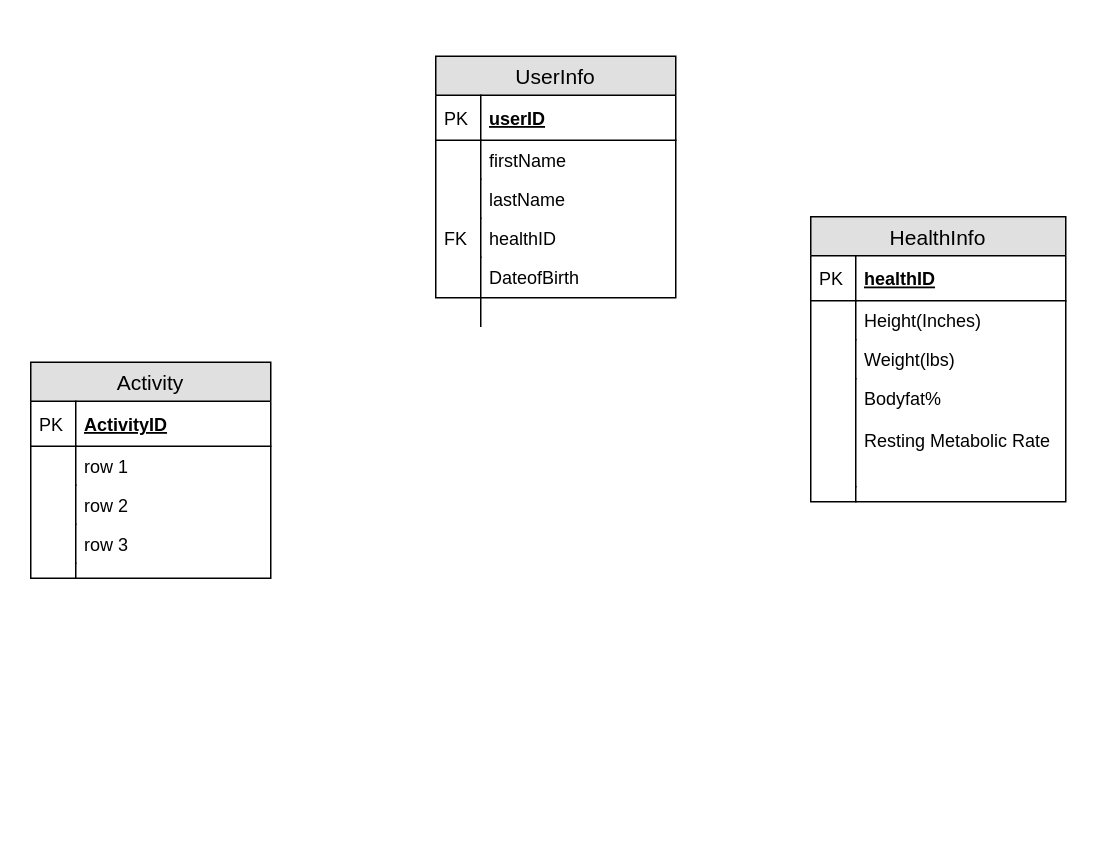
Earlier version of the draw.io diagram GroupAssignment2.drawio (steelab/IST210). Source tidied: cells renumbered, new cells numbered last; positions are measured from the earlier drawing's top-left corner, leaving out a move shared by most shapes. Both pictures are drawn from the tidied source at 150%, with x=0, y=0 at pixel (30, 56).
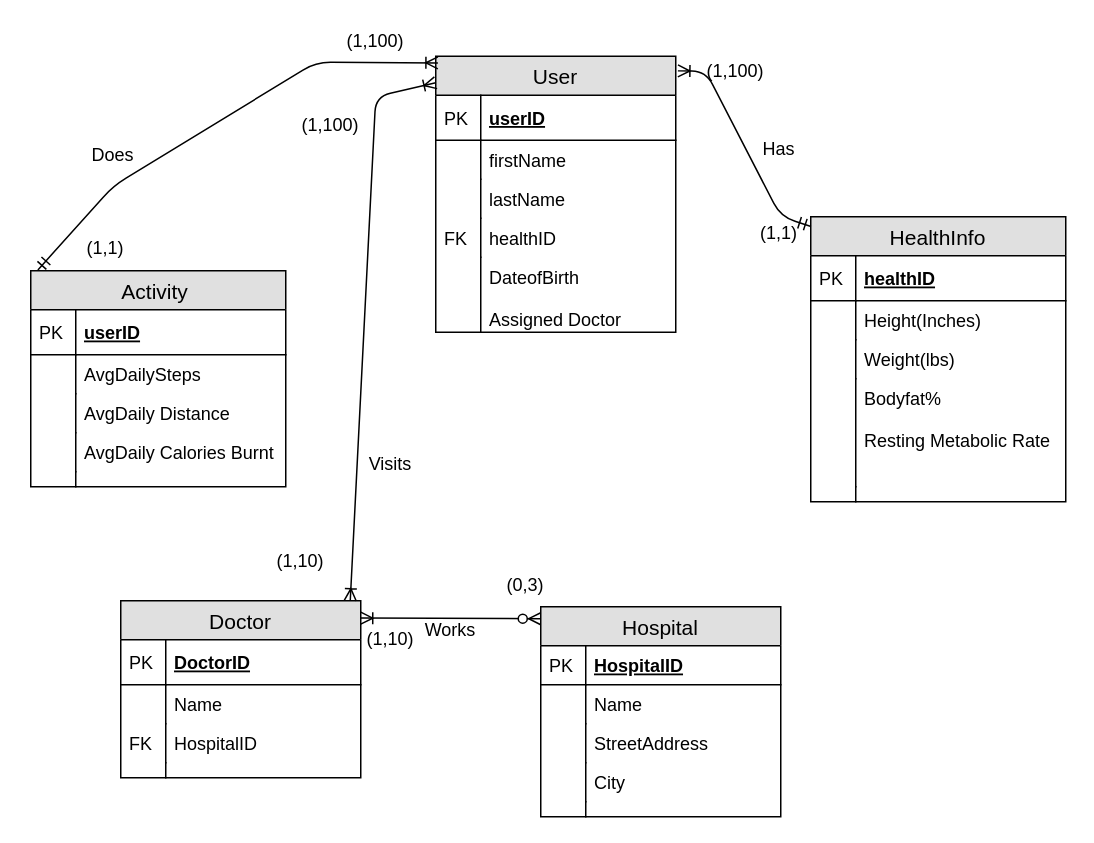
The same page after the edit.

The change refers to these unchanged cells:
```xml
<mxCell id="3" value="userID" style="shape=partialRectangle;top=0;left=0;right=0;bottom=1;align=left;verticalAlign=middle;fillColor=none;spacingLeft=34;spacingRight=4;overflow=hidden;points=[[0,0.5],[1,0.5]];portConstraint=eastwest;fontStyle=5;fontSize=12;" parent="2" vertex="1">
  <mxGeometry y="26" width="160" height="30" as="geometry" />
</mxCell>
<mxCell id="13" value="HealthInfo" style="swimlane;fontStyle=0;horizontal=1;startSize=26;fillColor=#e0e0e0;swimlaneFillColor=#ffffff;align=center;fontSize=14;" parent="1" vertex="1">
  <mxGeometry x="520" y="107" width="170" height="190" as="geometry" />
</mxCell>
```

The edit, as a diff of the source:
```diff
@@
-    <mxCell id="2" value="UserInfo" style="swimlane;fontStyle=0;horizontal=1;startSize=26;fillColor=#e0e0e0;swimlaneFillColor=#ffffff;align=center;fontSize=14;" parent="1" vertex="1">
-      <mxGeometry x="270" width="160" height="161" as="geometry" />
+    <mxCell id="2" value="User" style="swimlane;fontStyle=0;horizontal=1;startSize=26;fillColor=#e0e0e0;swimlaneFillColor=#ffffff;align=center;fontSize=14;" parent="1" vertex="1">
+      <mxGeometry x="270" width="160" height="184" as="geometry" />
     </mxCell>
@@
-    <mxCell id="11" value="DateofBirth&#10;&#10;" style="shape=partialRectangle;top=0;left=0;right=0;bottom=0;align=left;verticalAlign=top;fillColor=none;spacingLeft=34;spacingRight=4;overflow=hidden;fontSize=12;" parent="2" vertex="1">
-      <mxGeometry y="134" width="160" height="27" as="geometry" />
+    <mxCell id="11" value="DateofBirth&#10;&#10;Assigned Doctor" style="shape=partialRectangle;top=0;left=0;right=0;bottom=0;align=left;verticalAlign=top;fillColor=none;spacingLeft=34;spacingRight=4;overflow=hidden;fontSize=12;" parent="2" vertex="1">
+      <mxGeometry y="134" width="160" height="50" as="geometry" />
     </mxCell>
     <mxCell id="12" style="shape=partialRectangle;top=0;left=0;bottom=0;fillColor=none;align=left;verticalAlign=top;spacingLeft=4;spacingRight=4;overflow=hidden;fontSize=12;" parent="11" vertex="1">
-      <mxGeometry width="30" height="46" as="geometry" />
+      <mxGeometry width="30" height="50" as="geometry" />
     </mxCell>
@@
-    <mxCell id="24" value="Activity" style="swimlane;fontStyle=0;horizontal=1;startSize=26;fillColor=#e0e0e0;swimlaneFillColor=#ffffff;align=center;fontSize=14;" parent="1" vertex="1">
-      <mxGeometry y="204" width="160" height="144" as="geometry" />
+    <mxCell id="24" value="Activity " style="swimlane;fontStyle=0;horizontal=1;startSize=26;fillColor=#e0e0e0;swimlaneFillColor=#ffffff;align=center;fontSize=14;" parent="1" vertex="1">
+      <mxGeometry y="143" width="170" height="144" as="geometry" />
     </mxCell>
-    <mxCell id="25" value="ActivityID" style="shape=partialRectangle;top=0;left=0;right=0;bottom=1;align=left;verticalAlign=middle;fillColor=none;spacingLeft=34;spacingRight=4;overflow=hidden;fontStyle=5;fontSize=12;" parent="24" vertex="1">
-      <mxGeometry y="26" width="160" height="30" as="geometry" />
+    <mxCell id="25" value="userID" style="shape=partialRectangle;top=0;left=0;right=0;bottom=1;align=left;verticalAlign=middle;fillColor=none;spacingLeft=34;spacingRight=4;overflow=hidden;fontStyle=5;fontSize=12;" parent="24" vertex="1">
+      <mxGeometry y="26" width="170" height="30" as="geometry" />
     </mxCell>
@@
-    <mxCell id="27" value="row 1" style="shape=partialRectangle;top=0;left=0;right=0;bottom=0;align=left;verticalAlign=top;fillColor=none;spacingLeft=34;spacingRight=4;overflow=hidden;fontSize=12;" parent="24" vertex="1">
-      <mxGeometry y="56" width="160" height="26" as="geometry" />
+    <mxCell id="27" value="AvgDailySteps" style="shape=partialRectangle;top=0;left=0;right=0;bottom=0;align=left;verticalAlign=top;fillColor=none;spacingLeft=34;spacingRight=4;overflow=hidden;fontSize=12;" parent="24" vertex="1">
+      <mxGeometry y="56" width="170" height="26" as="geometry" />
     </mxCell>
@@
-    <mxCell id="29" value="row 2" style="shape=partialRectangle;top=0;left=0;right=0;bottom=0;align=left;verticalAlign=top;fillColor=none;spacingLeft=34;spacingRight=4;overflow=hidden;fontSize=12;" parent="24" vertex="1">
-      <mxGeometry y="82" width="160" height="26" as="geometry" />
+    <mxCell id="29" value="AvgDaily Distance" style="shape=partialRectangle;top=0;left=0;right=0;bottom=0;align=left;verticalAlign=top;fillColor=none;spacingLeft=34;spacingRight=4;overflow=hidden;fontSize=12;" parent="24" vertex="1">
+      <mxGeometry y="82" width="170" height="26" as="geometry" />
     </mxCell>
@@
-    <mxCell id="31" value="row 3" style="shape=partialRectangle;top=0;left=0;right=0;bottom=0;align=left;verticalAlign=top;fillColor=none;spacingLeft=34;spacingRight=4;overflow=hidden;fontSize=12;" parent="24" vertex="1">
-      <mxGeometry y="108" width="160" height="26" as="geometry" />
+    <mxCell id="31" value="AvgDaily Calories Burnt" style="shape=partialRectangle;top=0;left=0;right=0;bottom=0;align=left;verticalAlign=top;fillColor=none;spacingLeft=34;spacingRight=4;overflow=hidden;fontSize=12;" parent="24" vertex="1">
+      <mxGeometry y="108" width="170" height="26" as="geometry" />
     </mxCell>
@@
     <mxCell id="33" style="shape=partialRectangle;top=0;left=0;right=0;bottom=0;align=left;verticalAlign=top;fillColor=none;spacingLeft=34;spacingRight=4;overflow=hidden;fontSize=12;" parent="24" vertex="1">
-      <mxGeometry y="134" width="160" height="10" as="geometry" />
+      <mxGeometry y="134" width="170" height="10" as="geometry" />
     </mxCell>
@@
+    <mxCell id="35" value="Doctor" style="swimlane;fontStyle=0;horizontal=1;startSize=26;fillColor=#e0e0e0;swimlaneFillColor=#ffffff;align=center;fontSize=14;" parent="1" vertex="1">
+      <mxGeometry x="60" y="363" width="160" height="118" as="geometry" />
+    </mxCell>
+    <mxCell id="36" value="DoctorID" style="shape=partialRectangle;top=0;left=0;right=0;bottom=1;align=left;verticalAlign=middle;fillColor=none;spacingLeft=34;spacingRight=4;overflow=hidden;fontStyle=5;fontSize=12;" parent="35" vertex="1">
+      <mxGeometry y="26" width="160" height="30" as="geometry" />
+    </mxCell>
+    <mxCell id="37" value="PK" style="shape=partialRectangle;top=0;left=0;bottom=0;fillColor=none;align=left;verticalAlign=middle;spacingLeft=4;spacingRight=4;overflow=hidden;fontSize=12;" parent="36" vertex="1">
+      <mxGeometry width="30" height="30" as="geometry" />
+    </mxCell>
+    <mxCell id="38" value="Name" style="shape=partialRectangle;top=0;left=0;right=0;bottom=0;align=left;verticalAlign=top;fillColor=none;spacingLeft=34;spacingRight=4;overflow=hidden;fontSize=12;" parent="35" vertex="1">
+      <mxGeometry y="56" width="160" height="26" as="geometry" />
+    </mxCell>
+    <mxCell id="39" style="shape=partialRectangle;top=0;left=0;bottom=0;fillColor=none;align=left;verticalAlign=top;spacingLeft=4;spacingRight=4;overflow=hidden;fontSize=12;" parent="38" vertex="1">
+      <mxGeometry width="30" height="26" as="geometry" />
+    </mxCell>
+    <mxCell id="40" value="HospitalID" style="shape=partialRectangle;top=0;left=0;right=0;bottom=0;align=left;verticalAlign=top;fillColor=none;spacingLeft=34;spacingRight=4;overflow=hidden;fontSize=12;" parent="35" vertex="1">
+      <mxGeometry y="82" width="160" height="26" as="geometry" />
+    </mxCell>
+    <mxCell id="41" value="FK" style="shape=partialRectangle;top=0;left=0;bottom=0;fillColor=none;align=left;verticalAlign=top;spacingLeft=4;spacingRight=4;overflow=hidden;fontSize=12;" parent="40" vertex="1">
+      <mxGeometry width="30" height="26" as="geometry" />
+    </mxCell>
+    <mxCell id="42" style="shape=partialRectangle;top=0;left=0;right=0;bottom=0;align=left;verticalAlign=top;fillColor=none;spacingLeft=34;spacingRight=4;overflow=hidden;fontSize=12;" parent="35" vertex="1">
+      <mxGeometry y="108" width="160" height="10" as="geometry" />
+    </mxCell>
+    <mxCell id="43" style="shape=partialRectangle;top=0;left=0;bottom=0;fillColor=none;align=left;verticalAlign=top;spacingLeft=4;spacingRight=4;overflow=hidden;fontSize=12;" parent="42" vertex="1">
+      <mxGeometry width="30" height="10" as="geometry" />
+    </mxCell>
+    <mxCell id="44" style="endArrow=ERoneToMany;html=1;startArrow=ERoneToMany;startFill=0;endFill=0;entryX=0;entryY=-0.277;entryDx=0;entryDy=0;entryPerimeter=0;" parent="35" edge="1" target="3">
+      <mxGeometry relative="1" as="geometry">
+        <mxPoint x="153" as="sourcePoint" />
+        <Array as="points">
+          <mxPoint x="170" y="-336" />
+        </Array>
+      </mxGeometry>
+    </mxCell>
+    <mxCell id="45" value="Hospital" style="swimlane;fontStyle=0;horizontal=1;startSize=26;fillColor=#e0e0e0;swimlaneFillColor=#ffffff;align=center;fontSize=14;" parent="1" vertex="1">
+      <mxGeometry x="340" y="367" width="160" height="140" as="geometry" />
+    </mxCell>
+    <mxCell id="46" value="HospitalID" style="shape=partialRectangle;top=0;left=0;right=0;bottom=1;align=left;verticalAlign=middle;fillColor=none;spacingLeft=34;spacingRight=4;overflow=hidden;fontStyle=5;fontSize=12;" parent="45" vertex="1">
+      <mxGeometry y="26" width="160" height="26" as="geometry" />
+    </mxCell>
+    <mxCell id="47" value="PK" style="shape=partialRectangle;top=0;left=0;bottom=0;fillColor=none;align=left;verticalAlign=middle;spacingLeft=4;spacingRight=4;overflow=hidden;fontSize=12;" parent="46" vertex="1">
+      <mxGeometry width="30" height="26" as="geometry" />
+    </mxCell>
+    <mxCell id="48" value="Name" style="shape=partialRectangle;top=0;left=0;right=0;bottom=0;align=left;verticalAlign=top;fillColor=none;spacingLeft=34;spacingRight=4;overflow=hidden;fontSize=12;" parent="45" vertex="1">
+      <mxGeometry y="52" width="160" height="26" as="geometry" />
+    </mxCell>
+    <mxCell id="49" style="shape=partialRectangle;top=0;left=0;bottom=0;fillColor=none;align=left;verticalAlign=top;spacingLeft=4;spacingRight=4;overflow=hidden;fontSize=12;" parent="48" vertex="1">
+      <mxGeometry width="30" height="26" as="geometry" />
+    </mxCell>
+    <mxCell id="50" value="StreetAddress" style="shape=partialRectangle;top=0;left=0;right=0;bottom=0;align=left;verticalAlign=top;fillColor=none;spacingLeft=34;spacingRight=4;overflow=hidden;fontSize=12;" parent="45" vertex="1">
+      <mxGeometry y="78" width="160" height="26" as="geometry" />
+    </mxCell>
+    <mxCell id="51" style="shape=partialRectangle;top=0;left=0;bottom=0;fillColor=none;align=left;verticalAlign=top;spacingLeft=4;spacingRight=4;overflow=hidden;fontSize=12;" parent="50" vertex="1">
+      <mxGeometry width="30" height="26" as="geometry" />
+    </mxCell>
+    <mxCell id="52" value="City" style="shape=partialRectangle;top=0;left=0;right=0;bottom=0;align=left;verticalAlign=top;fillColor=none;spacingLeft=34;spacingRight=4;overflow=hidden;fontSize=12;" parent="45" vertex="1">
+      <mxGeometry y="104" width="160" height="26" as="geometry" />
+    </mxCell>
+    <mxCell id="53" style="shape=partialRectangle;top=0;left=0;bottom=0;fillColor=none;align=left;verticalAlign=top;spacingLeft=4;spacingRight=4;overflow=hidden;fontSize=12;" parent="52" vertex="1">
+      <mxGeometry width="30" height="26" as="geometry" />
+    </mxCell>
+    <mxCell id="54" style="shape=partialRectangle;top=0;left=0;right=0;bottom=0;align=left;verticalAlign=top;fillColor=none;spacingLeft=34;spacingRight=4;overflow=hidden;fontSize=12;" parent="45" vertex="1">
+      <mxGeometry y="130" width="160" height="10" as="geometry" />
+    </mxCell>
+    <mxCell id="55" style="shape=partialRectangle;top=0;left=0;bottom=0;fillColor=none;align=left;verticalAlign=top;spacingLeft=4;spacingRight=4;overflow=hidden;fontSize=12;" parent="54" vertex="1">
+      <mxGeometry width="30" height="10" as="geometry" />
+    </mxCell>
+    <mxCell id="56" value="Does" style="text;html=1;strokeColor=none;fillColor=none;align=center;verticalAlign=middle;whiteSpace=wrap;rounded=0;" parent="1" vertex="1">
+      <mxGeometry x="25" y="56" width="60" height="20" as="geometry" />
+    </mxCell>
+    <mxCell id="57" value="Visits" style="text;html=1;strokeColor=none;fillColor=none;align=center;verticalAlign=middle;whiteSpace=wrap;rounded=0;" parent="1" vertex="1">
+      <mxGeometry x="220" y="262" width="40" height="20" as="geometry" />
+    </mxCell>
+    <mxCell id="58" style="endArrow=ERzeroToMany;html=1;exitX=1;exitY=0.098;exitDx=0;exitDy=0;exitPerimeter=0;startArrow=ERoneToMany;startFill=0;endFill=1;entryX=0;entryY=0.057;entryDx=0;entryDy=0;entryPerimeter=0;" parent="1" edge="1" source="35" target="45">
+      <mxGeometry relative="1" as="geometry" />
+    </mxCell>
+    <mxCell id="59" value="Works" style="text;html=1;strokeColor=none;fillColor=none;align=center;verticalAlign=middle;whiteSpace=wrap;rounded=0;" parent="1" vertex="1">
+      <mxGeometry x="260" y="373" width="40" height="20" as="geometry" />
+    </mxCell>
+    <mxCell id="60" style="endArrow=ERmandOne;html=1;entryX=0.001;entryY=0.034;entryDx=0;entryDy=0;entryPerimeter=0;exitX=1.009;exitY=0.053;exitDx=0;exitDy=0;exitPerimeter=0;startArrow=ERoneToMany;startFill=0;endFill=0;" parent="1" edge="1" source="2" target="13">
+      <mxGeometry relative="1" as="geometry">
+        <Array as="points">
+          <mxPoint x="450" y="10" />
+          <mxPoint x="500" y="107" />
+        </Array>
+      </mxGeometry>
+    </mxCell>
+    <mxCell id="61" value="Has" style="text;html=1;strokeColor=none;fillColor=none;align=center;verticalAlign=middle;whiteSpace=wrap;rounded=0;" parent="1" vertex="1">
+      <mxGeometry x="479" y="52" width="40" height="20" as="geometry" />
+    </mxCell>
+    <mxCell id="62" value="(1,100)" style="text;html=1;strokeColor=none;fillColor=none;align=center;verticalAlign=middle;whiteSpace=wrap;rounded=0;" parent="1" vertex="1">
+      <mxGeometry x="450" width="40" height="20" as="geometry" />
+    </mxCell>
+    <mxCell id="63" value="(1,1)" style="text;html=1;strokeColor=none;fillColor=none;align=center;verticalAlign=middle;whiteSpace=wrap;rounded=0;" parent="1" vertex="1">
+      <mxGeometry x="479" y="107.5" width="40" height="20" as="geometry" />
+    </mxCell>
+    <mxCell id="64" style="endArrow=ERmandOne;html=1;entryX=0.028;entryY=-0.004;entryDx=0;entryDy=0;entryPerimeter=0;exitX=0.009;exitY=0.024;exitDx=0;exitDy=0;exitPerimeter=0;startArrow=ERoneToMany;startFill=0;endFill=0;" parent="1" edge="1" source="2" target="24">
+      <mxGeometry relative="1" as="geometry">
+        <Array as="points">
+          <mxPoint x="190" y="4" />
+          <mxPoint x="55" y="86.5" />
+        </Array>
+      </mxGeometry>
+    </mxCell>
+    <mxCell id="65" value="(1,100)" style="text;html=1;strokeColor=none;fillColor=none;align=center;verticalAlign=middle;whiteSpace=wrap;rounded=0;" parent="1" vertex="1">
+      <mxGeometry x="210" y="-20" width="40" height="20" as="geometry" />
+    </mxCell>
+    <mxCell id="66" value="(1,1)" style="text;html=1;strokeColor=none;fillColor=none;align=center;verticalAlign=middle;whiteSpace=wrap;rounded=0;" parent="1" vertex="1">
+      <mxGeometry x="30" y="117.5" width="40" height="20" as="geometry" />
+    </mxCell>
+    <mxCell id="67" value="(1,100)" style="text;html=1;strokeColor=none;fillColor=none;align=center;verticalAlign=middle;whiteSpace=wrap;rounded=0;" parent="1" vertex="1">
+      <mxGeometry x="180" y="36" width="40" height="20" as="geometry" />
+    </mxCell>
+    <mxCell id="68" value="(1,10)" style="text;html=1;strokeColor=none;fillColor=none;align=center;verticalAlign=middle;whiteSpace=wrap;rounded=0;" parent="1" vertex="1">
+      <mxGeometry x="160" y="327" width="40" height="20" as="geometry" />
+    </mxCell>
+    <mxCell id="69" value="(1,10)" style="text;html=1;strokeColor=none;fillColor=none;align=center;verticalAlign=middle;whiteSpace=wrap;rounded=0;" parent="1" vertex="1">
+      <mxGeometry x="220" y="379" width="40" height="20" as="geometry" />
+    </mxCell>
+    <mxCell id="70" value="(0,3)" style="text;html=1;strokeColor=none;fillColor=none;align=center;verticalAlign=middle;whiteSpace=wrap;rounded=0;" parent="1" vertex="1">
+      <mxGeometry x="310" y="343" width="40" height="20" as="geometry" />
+    </mxCell>
```
